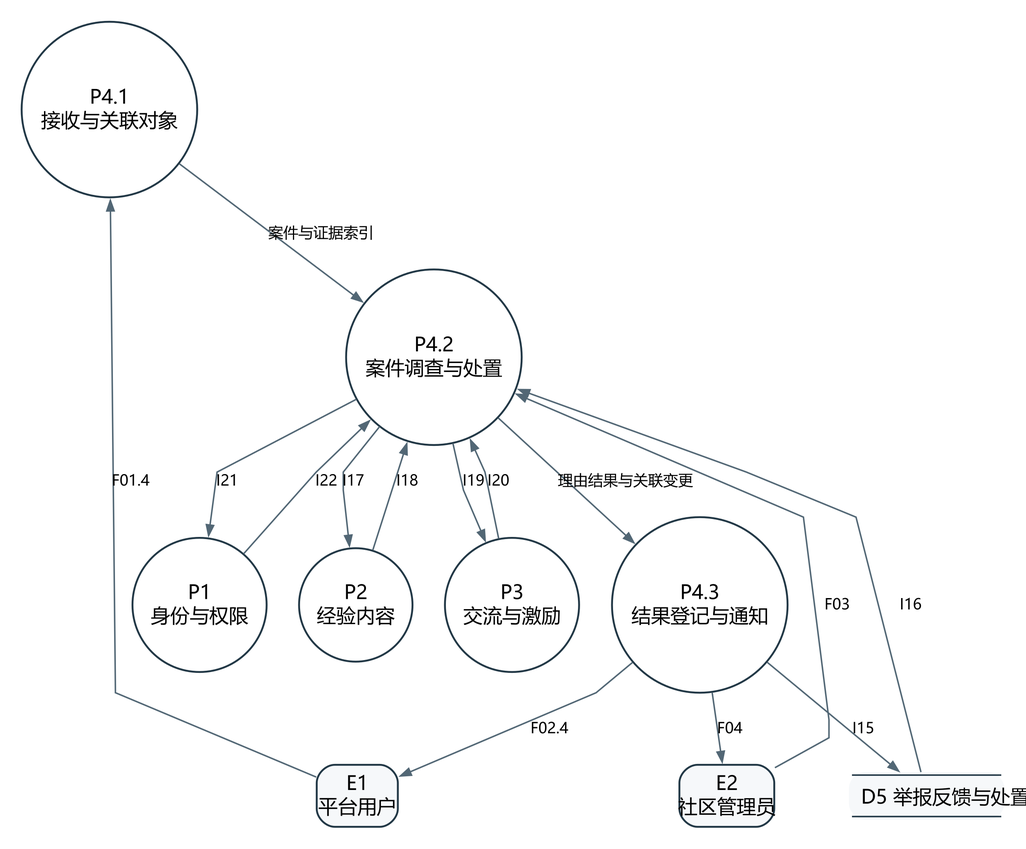
This is docs/project/models/图表与模型/DFD41.png from jason-bitc/HZCU-CampusHub, a Graphviz export, as it was before one commit. Its source is kept beside it as docs/project/models/图表与模型/DFD41.dot.
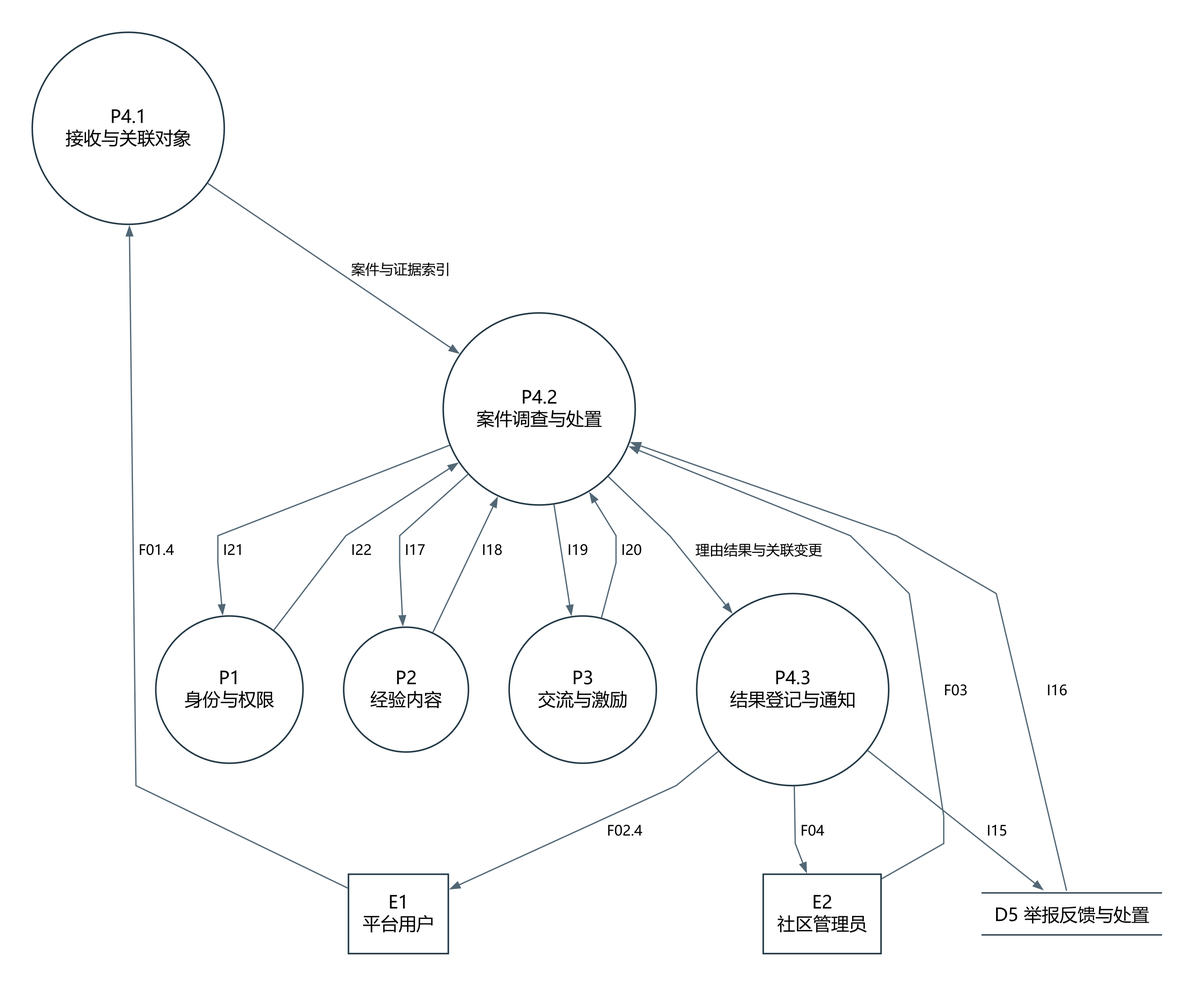
After the commit.

The edit, as a diff of the source:
```diff
@@ -1,28 +1,28 @@
 digraph G {
-graph [rankdir=TB,nodesep=0.30,ranksep=0.48,bgcolor="white",splines=polyline,pad=0.20];
-node [fontname="Microsoft YaHei",fontsize=13,color="#223846",penwidth=1.25,margin="0.10,0.07",style="rounded,filled",fillcolor="#F6F8FA"];
-edge [fontname="Microsoft YaHei",fontsize=10,color="#526775",arrowsize=0.7];
-"P4.1" [shape=circle,label="P4.1\n接收与关联对象",style="filled",fillcolor="white"];
-"P4.2" [shape=circle,label="P4.2\n案件调查与处置",style="filled",fillcolor="white"];
-"P4.3" [shape=circle,label="P4.3\n结果登记与通知",style="filled",fillcolor="white"];
-"E1" [shape=box,label="E1\n平台用户"];
-"E2" [shape=box,label="E2\n社区管理员"];
-"D5" [shape=plain,label=<<TABLE BORDER="0" CELLBORDER="0" CELLPADDING="5"><TR><TD BORDER="1" SIDES="TB">D5 举报反馈与处置</TD></TR></TABLE>>];
-"P1" [shape=circle,label="P1\n身份与权限",style="filled",fillcolor="white"];
-"P2" [shape=circle,label="P2\n经验内容",style="filled",fillcolor="white"];
-"P3" [shape=circle,label="P3\n交流与激励",style="filled",fillcolor="white"];
-"E1" -> "P4.1" [label="F01.4"];
-"P4.3" -> "E1" [label="F02.4"];
-"E2" -> "P4.2" [label="F03"];
-"P4.3" -> "E2" [label="F04"];
-"P4.3" -> "D5" [label="I15"];
-"D5" -> "P4.2" [label="I16"];
-"P4.2" -> "P2" [label="I17"];
-"P2" -> "P4.2" [label="I18"];
-"P4.2" -> "P3" [label="I19"];
-"P3" -> "P4.2" [label="I20"];
-"P4.2" -> "P1" [label="I21"];
-"P1" -> "P4.2" [label="I22"];
-"P4.1" -> "P4.2" [label="案件与证据索引"];
-"P4.2" -> "P4.3" [label="理由结果与关联变更"];
+graph [rankdir=TB,nodesep=0.45,ranksep=0.65,bgcolor="white",splines=polyline,pad=0.35];
+node [fontname="Microsoft YaHei",fontsize=14,color="#223846",penwidth=1.2,margin="0.12,0.10",fillcolor="white",style="filled"];
+edge [fontname="Microsoft YaHei",fontsize=11,color="#526775",arrowsize=0.7];
+"P4.1" [shape=circle,label="P4.1\n接收与关联对象",width=2.083,height=2.083];
+"P4.2" [shape=circle,label="P4.2\n案件调查与处置",width=2.083,height=2.083];
+"P4.3" [shape=circle,label="P4.3\n结果登记与通知",width=2.083,height=2.083];
+"E1" [shape=box,label="E1\n平台用户",width=1.083,height=0.861];
+"E2" [shape=box,label="E2\n社区管理员",width=1.278,height=0.861];
+"D5" [shape=plain,label=<<TABLE BORDER="0" CELLBORDER="0" CELLPADDING="7" WIDTH="145"><TR><TD BORDER="1" SIDES="TB"><FONT FACE="Microsoft YaHei" POINT-SIZE="14">D5 举报反馈与处置</FONT></TD></TR></TABLE>>];
+"P1" [shape=circle,label="P1\n身份与权限",width=1.597,height=1.597];
+"P2" [shape=circle,label="P2\n经验内容",width=1.354,height=1.354];
+"P3" [shape=circle,label="P3\n交流与激励",width=1.597,height=1.597];
+"E1" -> "P4.1" [label=<<TABLE BORDER="0" CELLBORDER="0" CELLPADDING="2" WIDTH="46"><TR><TD><FONT FACE="Microsoft YaHei" POINT-SIZE="11">F01.4</FONT></TD></TR></TABLE>>];
+"P4.3" -> "E1" [label=<<TABLE BORDER="0" CELLBORDER="0" CELLPADDING="2" WIDTH="46"><TR><TD><FONT FACE="Microsoft YaHei" POINT-SIZE="11">F02.4</FONT></TD></TR></TABLE>>];
+"E2" -> "P4.2" [label=<<TABLE BORDER="0" CELLBORDER="0" CELLPADDING="2" WIDTH="37"><TR><TD><FONT FACE="Microsoft YaHei" POINT-SIZE="11">F03</FONT></TD></TR></TABLE>>];
+"P4.3" -> "E2" [label=<<TABLE BORDER="0" CELLBORDER="0" CELLPADDING="2" WIDTH="37"><TR><TD><FONT FACE="Microsoft YaHei" POINT-SIZE="11">F04</FONT></TD></TR></TABLE>>];
+"P4.3" -> "D5" [label=<<TABLE BORDER="0" CELLBORDER="0" CELLPADDING="2" WIDTH="34"><TR><TD><FONT FACE="Microsoft YaHei" POINT-SIZE="11">I15</FONT></TD></TR></TABLE>>];
+"D5" -> "P4.2" [label=<<TABLE BORDER="0" CELLBORDER="0" CELLPADDING="2" WIDTH="34"><TR><TD><FONT FACE="Microsoft YaHei" POINT-SIZE="11">I16</FONT></TD></TR></TABLE>>];
+"P4.2" -> "P2" [label=<<TABLE BORDER="0" CELLBORDER="0" CELLPADDING="2" WIDTH="34"><TR><TD><FONT FACE="Microsoft YaHei" POINT-SIZE="11">I17</FONT></TD></TR></TABLE>>];
+"P2" -> "P4.2" [label=<<TABLE BORDER="0" CELLBORDER="0" CELLPADDING="2" WIDTH="34"><TR><TD><FONT FACE="Microsoft YaHei" POINT-SIZE="11">I18</FONT></TD></TR></TABLE>>];
+"P4.2" -> "P3" [label=<<TABLE BORDER="0" CELLBORDER="0" CELLPADDING="2" WIDTH="34"><TR><TD><FONT FACE="Microsoft YaHei" POINT-SIZE="11">I19</FONT></TD></TR></TABLE>>];
+"P3" -> "P4.2" [label=<<TABLE BORDER="0" CELLBORDER="0" CELLPADDING="2" WIDTH="34"><TR><TD><FONT FACE="Microsoft YaHei" POINT-SIZE="11">I20</FONT></TD></TR></TABLE>>];
+"P4.2" -> "P1" [label=<<TABLE BORDER="0" CELLBORDER="0" CELLPADDING="2" WIDTH="34"><TR><TD><FONT FACE="Microsoft YaHei" POINT-SIZE="11">I21</FONT></TD></TR></TABLE>>];
+"P1" -> "P4.2" [label=<<TABLE BORDER="0" CELLBORDER="0" CELLPADDING="2" WIDTH="34"><TR><TD><FONT FACE="Microsoft YaHei" POINT-SIZE="11">I22</FONT></TD></TR></TABLE>>];
+"P4.1" -> "P4.2" [label=<<TABLE BORDER="0" CELLBORDER="0" CELLPADDING="2" WIDTH="95"><TR><TD><FONT FACE="Microsoft YaHei" POINT-SIZE="11">案件与证据索引</FONT></TD></TR></TABLE>>];
+"P4.2" -> "P4.3" [label=<<TABLE BORDER="0" CELLBORDER="0" CELLPADDING="2" WIDTH="117"><TR><TD><FONT FACE="Microsoft YaHei" POINT-SIZE="11">理由结果与关联变更</FONT></TD></TR></TABLE>>];
 }
```
